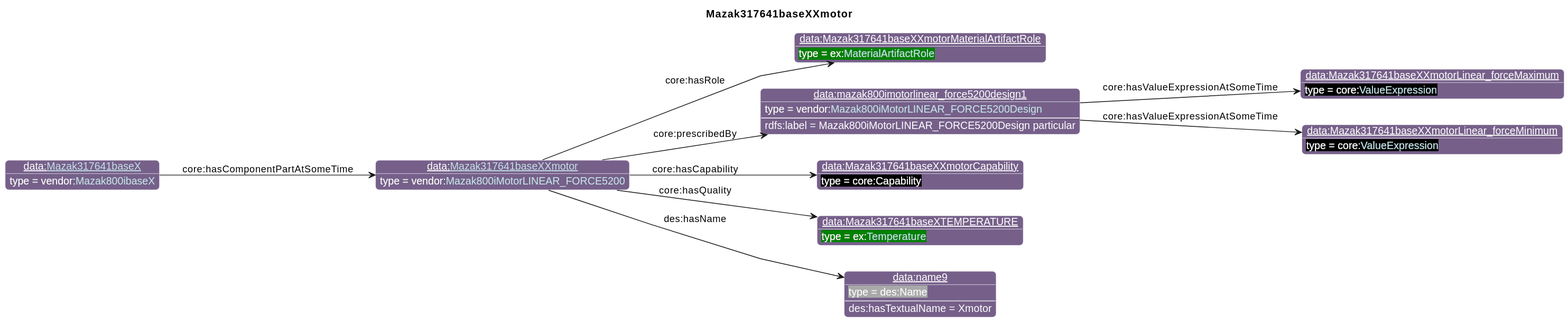
iofoundry/example-syseng-mtconnect keeps this PlantUML diagram as diagrams/Mazak317641baseXXmotor.svg. Above is the earlier version.
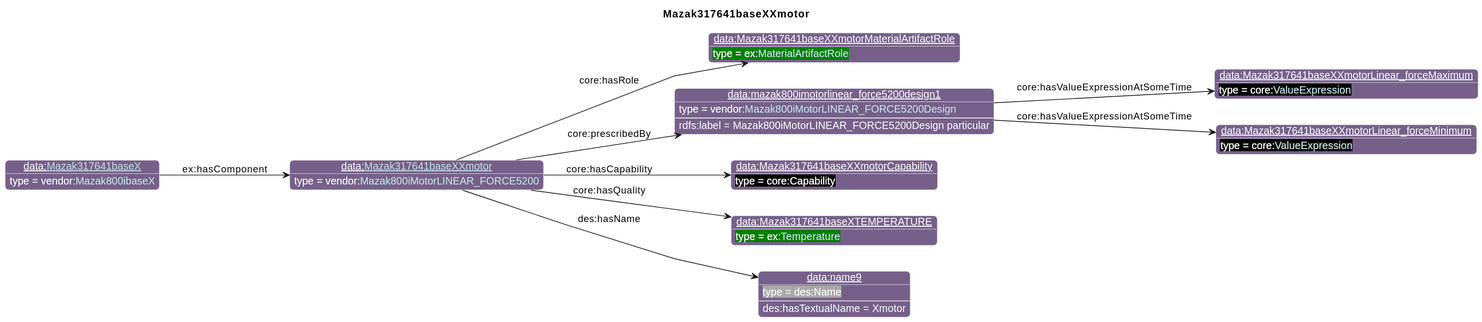
After the change.

What changed in the source:
```diff
@@ -43,5 +43,5 @@
 property(o0, "core:hasQuality", o6)
 property(o0, "des:hasName", o7)
 data(o7, "des:hasTextualName", "Xmotor")
-property(o8, "core:hasComponentPartAtSomeTime", o0)
+property(o8, "ex:hasComponent", o0)
 @enduml
```
